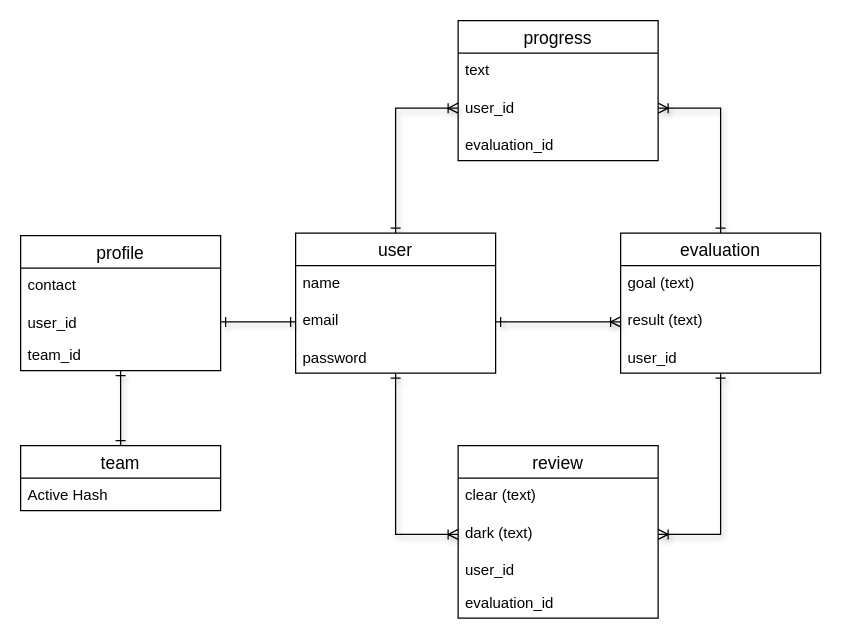
This is er.dio from UESHII/periscope, a draw.io file, before an edit. Source tidied: cells renumbered, new cells numbered last; positions are measured from the earlier drawing's top-left corner, leaving out a move shared by most shapes. Both pictures are drawn from the tidied source at 125%, with x=0, y=0 at pixel (20, 20).
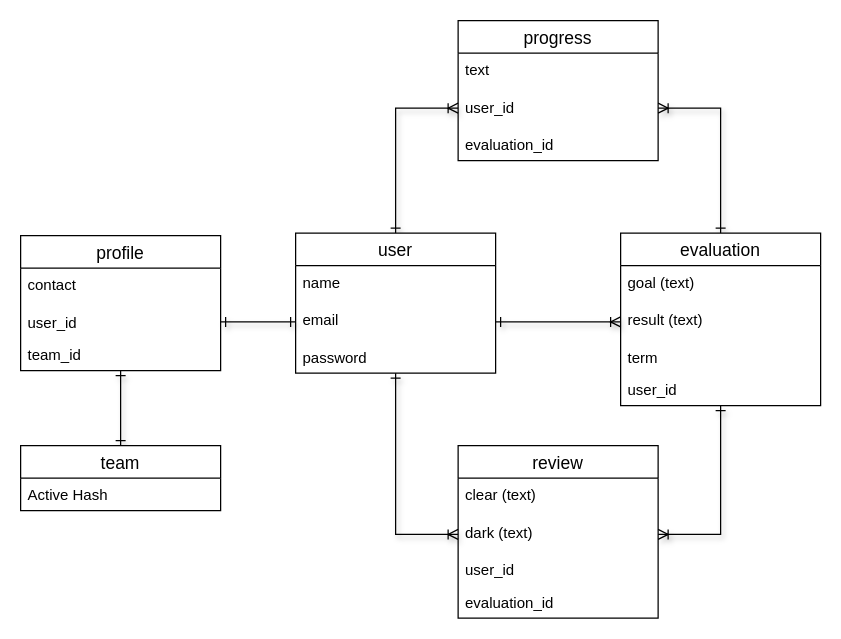
The same diagram, later.

Commit message (it also covers changes not shown here):
ReadmeとER図を修正

Change to the diagram source:
```diff
@@
     <mxCell id="9" value="evaluation" style="swimlane;fontStyle=0;horizontal=1;startSize=26;align=center;fontSize=14;" parent="1" vertex="1">
-      <mxGeometry x="480" y="170" width="160" height="112" as="geometry" />
+      <mxGeometry x="480" y="170" width="160" height="138" as="geometry" />
     </mxCell>
@@
-    <mxCell id="12" value="user_id" style="text;strokeColor=none;fillColor=none;spacingLeft=4;spacingRight=4;overflow=hidden;fontSize=12;" parent="9" vertex="1">
+    <mxCell id="12" value="term" style="text;strokeColor=none;fillColor=none;spacingLeft=4;spacingRight=4;overflow=hidden;fontSize=12;" parent="9" vertex="1">
       <mxGeometry y="86" width="160" height="26" as="geometry" />
     </mxCell>
+    <mxCell id="32" value="user_id" style="text;strokeColor=none;fillColor=none;spacingLeft=4;spacingRight=4;overflow=hidden;fontSize=12;" parent="9" vertex="1">
+      <mxGeometry y="112" width="160" height="26" as="geometry" />
+    </mxCell>
```
